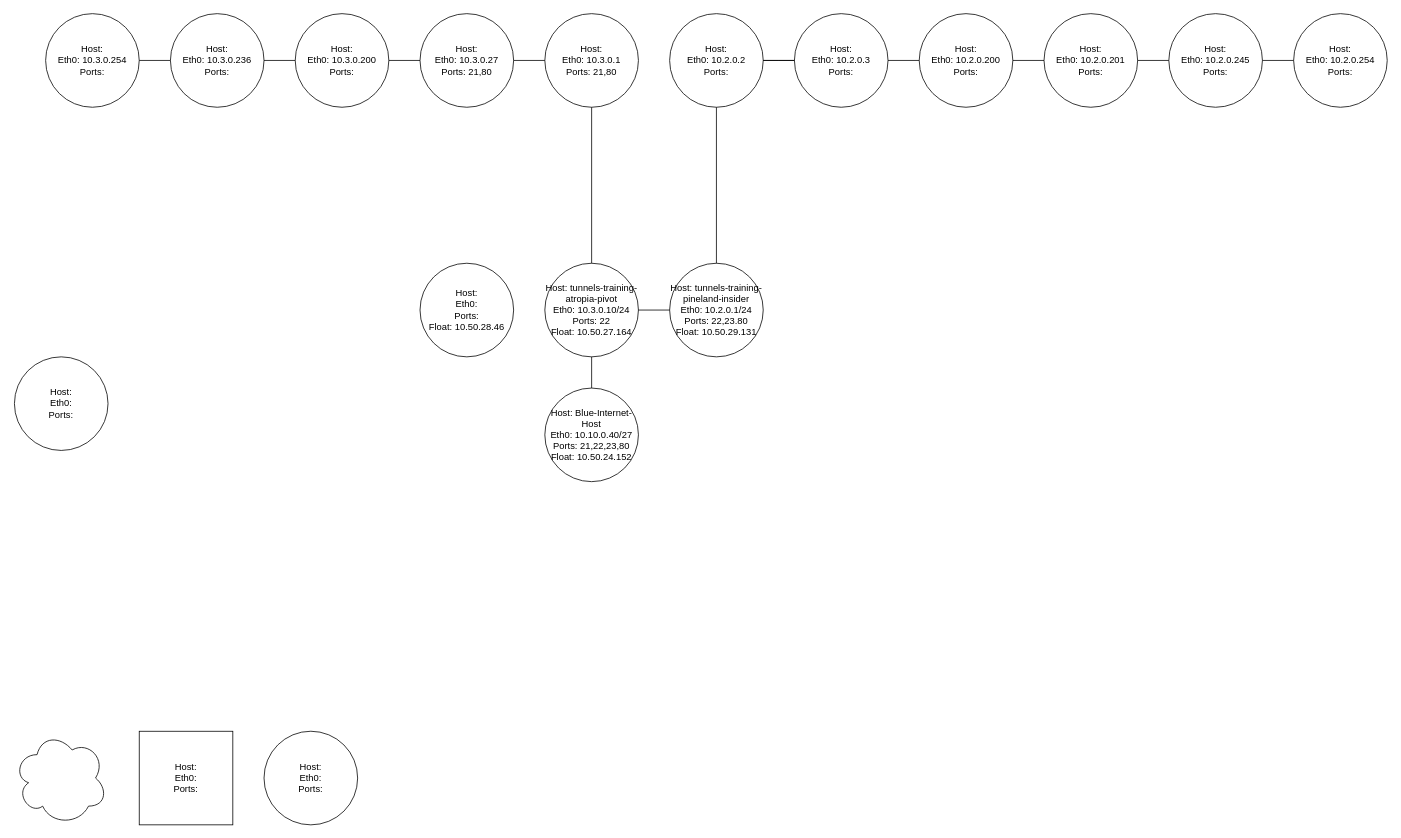
This is Untitled Diagram.drawio from matthewjrobinson24/networking, a draw.io file, before an edit. Source tidied: cells renumbered, new cells numbered last; positions are measured from the earlier drawing's top-left corner, leaving out a move shared by most shapes. Both pictures are drawn from the tidied source at 78%, with x=0, y=0 at pixel (13, 13).
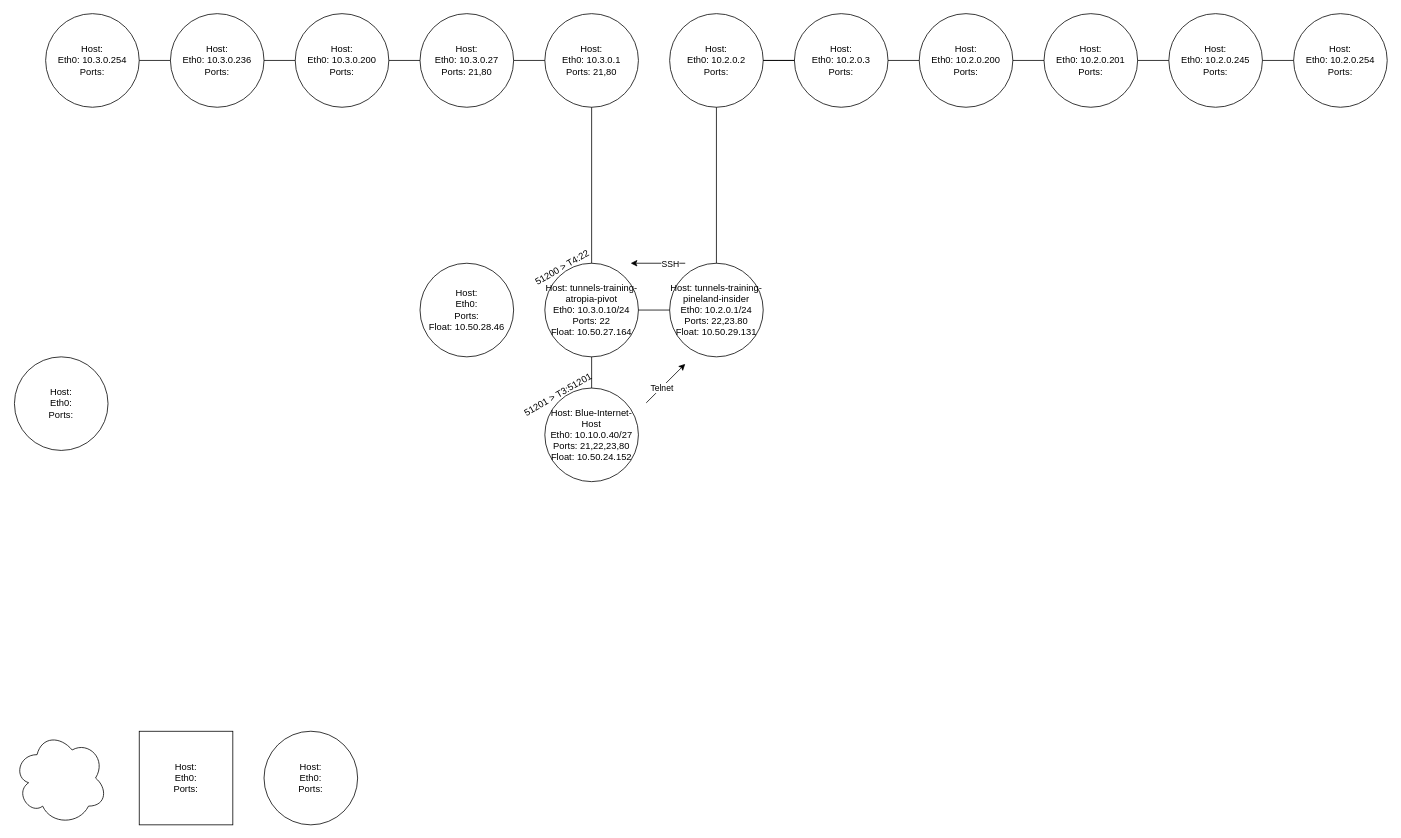
After the change.

Change to the diagram source:
```diff
@@
+    <mxCell id="35" value="&lt;div align=&quot;left&quot;&gt;51200 &amp;gt; T4:22&lt;/div&gt;" style="text;html=1;align=left;verticalAlign=middle;whiteSpace=wrap;rounded=0;rotation=-30;" parent="1" vertex="1">
+      <mxGeometry x="659" y="291" width="140" height="40" as="geometry" />
+    </mxCell>
+    <mxCell id="36" value="&lt;div align=&quot;left&quot;&gt;51201 &amp;gt; T3:51201&lt;/div&gt;" style="text;html=1;align=left;verticalAlign=middle;whiteSpace=wrap;rounded=0;rotation=-30;" parent="1" vertex="1">
+      <mxGeometry x="645" y="459" width="140" height="40" as="geometry" />
+    </mxCell>
+    <mxCell id="37" style="endArrow=classic;html=1;rounded=0;" parent="1" edge="1">
+      <mxGeometry relative="1" as="geometry">
+        <mxPoint x="811" y="499" as="sourcePoint" />
+        <mxPoint x="861" y="449" as="targetPoint" />
+      </mxGeometry>
+    </mxCell>
+    <mxCell id="38" value="Telnet" style="edgeLabel;html=1;align=center;verticalAlign=middle;" parent="37" vertex="1">
+      <mxGeometry x="-0.22" y="-1" relative="1" as="geometry">
+        <mxPoint x="-1" as="offset" />
+      </mxGeometry>
+    </mxCell>
+    <mxCell id="39" style="endArrow=classic;html=1;rounded=0;" parent="1" edge="1">
+      <mxGeometry relative="1" as="geometry">
+        <mxPoint x="861" y="320" as="sourcePoint" />
+        <mxPoint x="791" y="320" as="targetPoint" />
+      </mxGeometry>
+    </mxCell>
+    <mxCell id="40" value="SSH" style="edgeLabel;html=1;align=center;verticalAlign=middle;" parent="39" vertex="1">
+      <mxGeometry x="-0.43" relative="1" as="geometry" />
+    </mxCell>
```
